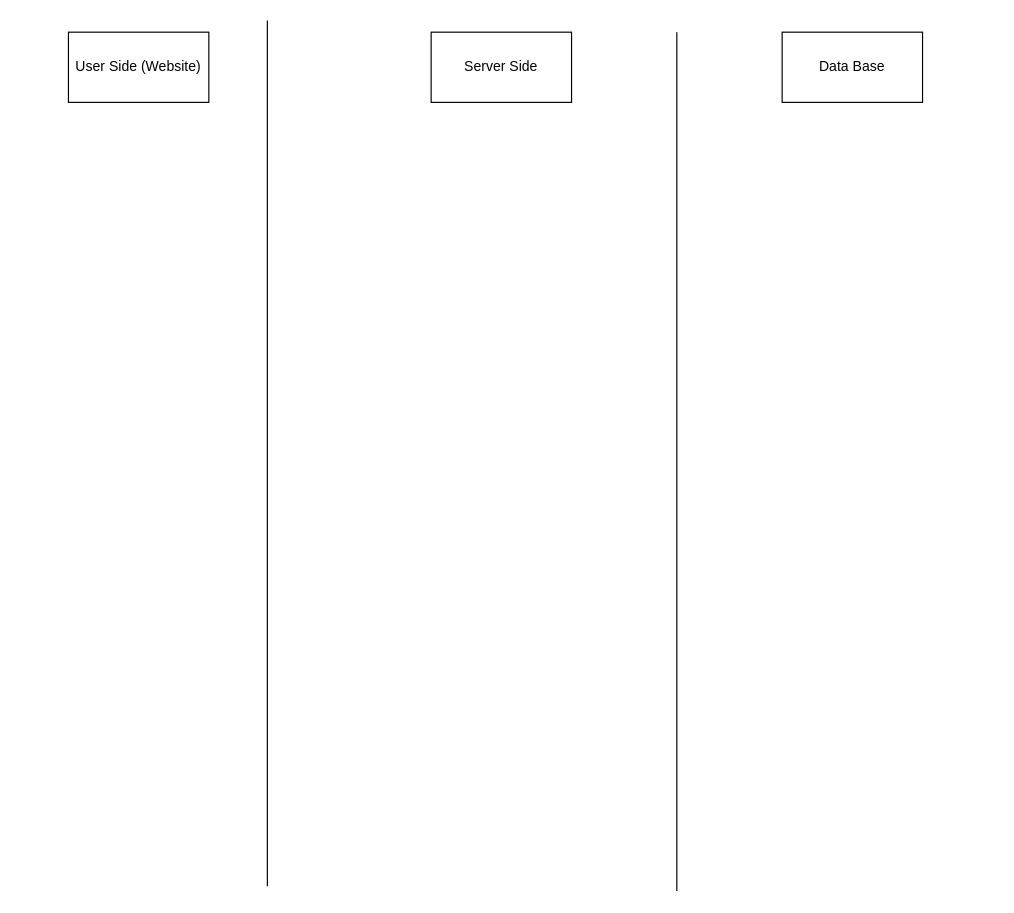
The draw.io diagram Process.drawio in Rishi-hub/HalfStackDevs_CodeRedGenesis, before the edit. Source tidied: cells renumbered, new cells numbered last; positions are measured from the earlier drawing's top-left corner, leaving out a move shared by most shapes. Both pictures are drawn from the tidied source at 117%, with x=0, y=0 at pixel (68, 20).
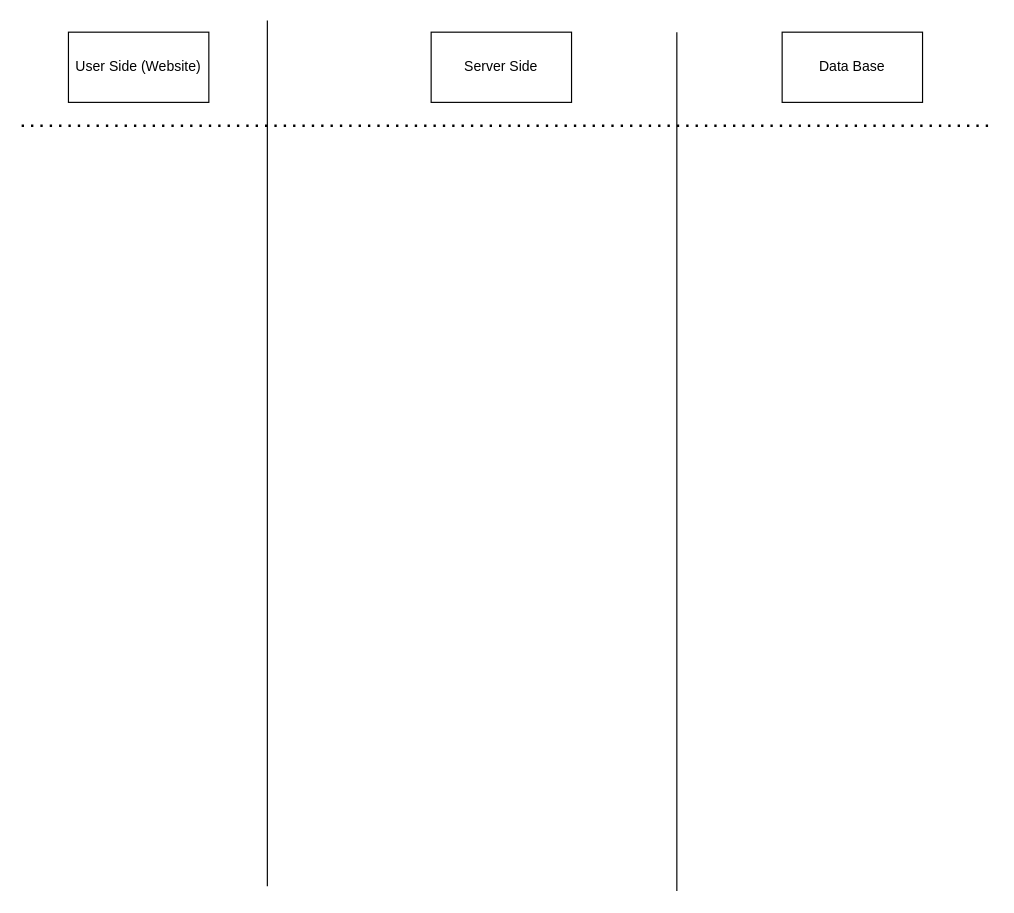
After the change.

Diff of the diagram source:
```diff
@@
 <mxGraphModel>
   <root>
     <mxCell id="0" />
     <mxCell id="1" parent="0" />
     <mxCell id="2" value="User Side (Website)" style="rounded=0;whiteSpace=wrap;html=1;" parent="1" vertex="1">
       <mxGeometry y="10" width="120" height="60" as="geometry" />
     </mxCell>
     <mxCell id="3" style="endArrow=none;html=1;rounded=0;" parent="1" edge="1">
       <mxGeometry relative="1" as="geometry">
         <mxPoint x="170" y="740" as="sourcePoint" />
         <mxPoint x="170" as="targetPoint" />
       </mxGeometry>
     </mxCell>
     <mxCell id="4" value="Server Side" style="rounded=0;whiteSpace=wrap;html=1;" parent="1" vertex="1">
       <mxGeometry x="310" y="10" width="120" height="60" as="geometry" />
     </mxCell>
     <mxCell id="5" value="Data Base" style="rounded=0;whiteSpace=wrap;html=1;" parent="1" vertex="1">
       <mxGeometry x="610" y="10" width="120" height="60" as="geometry" />
     </mxCell>
     <mxCell id="6" style="endArrow=none;html=1;rounded=0;" parent="1" edge="1">
       <mxGeometry relative="1" as="geometry">
         <mxPoint x="520" y="744" as="sourcePoint" />
         <mxPoint x="520" y="10" as="targetPoint" />
       </mxGeometry>
     </mxCell>
+    <mxCell id="7" style="endArrow=none;dashed=1;html=1;dashPattern=1 3;strokeWidth=2;rounded=0;" parent="1" edge="1">
+      <mxGeometry relative="1" as="geometry">
+        <mxPoint x="-40" y="90" as="sourcePoint" />
+        <mxPoint x="790" y="90" as="targetPoint" />
+      </mxGeometry>
+    </mxCell>
   </root>
 </mxGraphModel>
```
